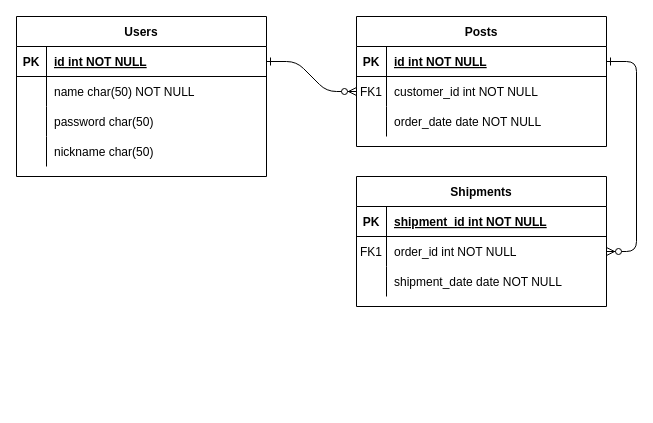
Earlier version of the draw.io diagram Untitled Diagram.drawio (thecogmel/bolaoapp-backend). Source tidied: cells renumbered, new cells numbered last; positions are measured from the earlier drawing's top-left corner, leaving out a move shared by most shapes. Both pictures are drawn from the tidied source at 100%, with x=0, y=0 at pixel (16, 16).
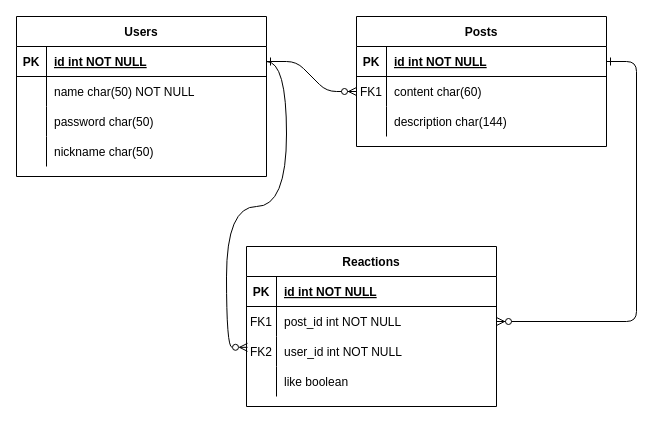
After the change.

Commit message:
erd finish

Unchanged cells that the change refers to:
```xml
<mxCell id="8" style="shape=partialRectangle;fillColor=none;points=[[0,0.5],[1,0.5]];portConstraint=eastwest;top=0;left=0;right=0;bottom=0;" parent="4" vertex="1">
  <mxGeometry y="60" width="250" height="30" as="geometry" />
</mxCell>
<mxCell id="11" style="shape=partialRectangle;fillColor=none;top=0;left=0;right=0;bottom=0;" parent="4" vertex="1">
  <mxGeometry y="90" width="250" height="30" as="geometry" />
</mxCell>
<mxCell id="15" style="shape=partialRectangle;fillColor=none;top=0;left=0;right=0;bottom=1;" parent="14" vertex="1">
  <mxGeometry y="30" width="250" height="30" as="geometry" />
</mxCell>
<mxCell id="18" style="shape=partialRectangle;fillColor=none;points=[[0,0.5],[1,0.5]];portConstraint=eastwest;top=0;left=0;right=0;bottom=0;" parent="14" vertex="1">
  <mxGeometry y="60" width="250" height="30" as="geometry" />
</mxCell>
<mxCell id="25" style="shape=partialRectangle;fillColor=none;points=[[0,0.5],[1,0.5]];portConstraint=eastwest;top=0;left=0;right=0;bottom=1;" parent="24" vertex="1">
  <mxGeometry y="30" width="250" height="30" as="geometry" />
</mxCell>
```

Change to the diagram source:
```diff
@@
-    <mxCell id="10" value="customer_id int NOT NULL" style="shape=partialRectangle;overflow=hidden;fillColor=none;top=0;left=0;bottom=0;right=0;align=left;spacingLeft=6;" parent="8" vertex="1">
+    <mxCell id="10" value="content char(60)" style="shape=partialRectangle;overflow=hidden;fillColor=none;top=0;left=0;bottom=0;right=0;align=left;spacingLeft=6;" parent="8" vertex="1">
       <mxGeometry x="30" width="220" height="30" as="geometry" />
     </mxCell>
@@
-    <mxCell id="13" value="order_date date NOT NULL" style="shape=partialRectangle;overflow=hidden;fillColor=none;top=0;left=0;bottom=0;right=0;align=left;spacingLeft=6;" parent="11" vertex="1">
+    <mxCell id="13" value="description char(144)" style="shape=partialRectangle;overflow=hidden;fillColor=none;top=0;left=0;bottom=0;right=0;align=left;spacingLeft=6;" parent="11" vertex="1">
       <mxGeometry x="30" width="220" height="30" as="geometry" />
     </mxCell>
-    <mxCell id="14" value="Shipments" style="shape=table;startSize=30;childLayout=tableLayout;rowLines=0;fontStyle=1;align=center;" parent="1" vertex="1">
-      <mxGeometry x="340" y="160" width="250" height="130" as="geometry" />
+    <mxCell id="14" value="Reactions" style="shape=table;startSize=30;childLayout=tableLayout;rowLines=0;fontStyle=1;align=center;" parent="1" vertex="1">
+      <mxGeometry x="230" y="230" width="250" height="160" as="geometry" />
     </mxCell>
@@
-    <mxCell id="17" value="shipment_id int NOT NULL " style="shape=partialRectangle;overflow=hidden;fillColor=none;top=0;left=0;bottom=0;right=0;align=left;spacingLeft=6;fontStyle=5;" parent="15" vertex="1">
+    <mxCell id="17" value="id int NOT NULL " style="shape=partialRectangle;overflow=hidden;fillColor=none;top=0;left=0;bottom=0;right=0;align=left;spacingLeft=6;fontStyle=5;" parent="15" vertex="1">
       <mxGeometry x="30" width="220" height="30" as="geometry" />
     </mxCell>
@@
-    <mxCell id="20" value="order_id int NOT NULL" style="shape=partialRectangle;overflow=hidden;fillColor=none;top=0;left=0;bottom=0;right=0;align=left;spacingLeft=6;" parent="18" vertex="1">
+    <mxCell id="20" value="post_id int NOT NULL" style="shape=partialRectangle;overflow=hidden;fillColor=none;top=0;left=0;bottom=0;right=0;align=left;spacingLeft=6;" parent="18" vertex="1">
       <mxGeometry x="30" width="220" height="30" as="geometry" />
     </mxCell>
+    <mxCell id="37" style="shape=partialRectangle;fillColor=none;points=[[0,0.5],[1,0.5]];portConstraint=eastwest;top=0;left=0;right=0;bottom=0;" parent="14" vertex="1">
+      <mxGeometry y="90" width="250" height="30" as="geometry" />
+    </mxCell>
+    <mxCell id="38" value="FK2" style="shape=partialRectangle;overflow=hidden;fillColor=none;top=0;left=0;bottom=0;right=0;" parent="37" vertex="1">
+      <mxGeometry width="30" height="30" as="geometry" />
+    </mxCell>
+    <mxCell id="39" value="user_id int NOT NULL" style="shape=partialRectangle;overflow=hidden;fillColor=none;top=0;left=0;bottom=0;right=0;align=left;spacingLeft=6;" parent="37" vertex="1">
+      <mxGeometry x="30" width="220" height="30" as="geometry" />
+    </mxCell>
     <mxCell id="21" style="shape=partialRectangle;fillColor=none;top=0;left=0;right=0;bottom=0;" parent="14" vertex="1">
-      <mxGeometry y="90" width="250" height="30" as="geometry" />
+      <mxGeometry y="120" width="250" height="30" as="geometry" />
     </mxCell>
@@
-    <mxCell id="23" value="shipment_date date NOT NULL" style="shape=partialRectangle;overflow=hidden;fillColor=none;top=0;left=0;bottom=0;right=0;align=left;spacingLeft=6;" parent="21" vertex="1">
+    <mxCell id="23" value="like boolean " style="shape=partialRectangle;overflow=hidden;fillColor=none;top=0;left=0;bottom=0;right=0;align=left;spacingLeft=6;" parent="21" vertex="1">
       <mxGeometry x="30" width="220" height="30" as="geometry" />
     </mxCell>
@@
+    <mxCell id="40" style="edgeStyle=orthogonalEdgeStyle;curved=1;jettySize=auto;html=1;exitX=1;exitY=0.5;exitDx=0;exitDy=0;entryX=0.004;entryY=0.361;entryDx=0;entryDy=0;entryPerimeter=0;endArrow=ERzeroToMany;endFill=0;" parent="1" edge="1" source="25" target="37">
+      <mxGeometry relative="1" as="geometry" />
+    </mxCell>
```
